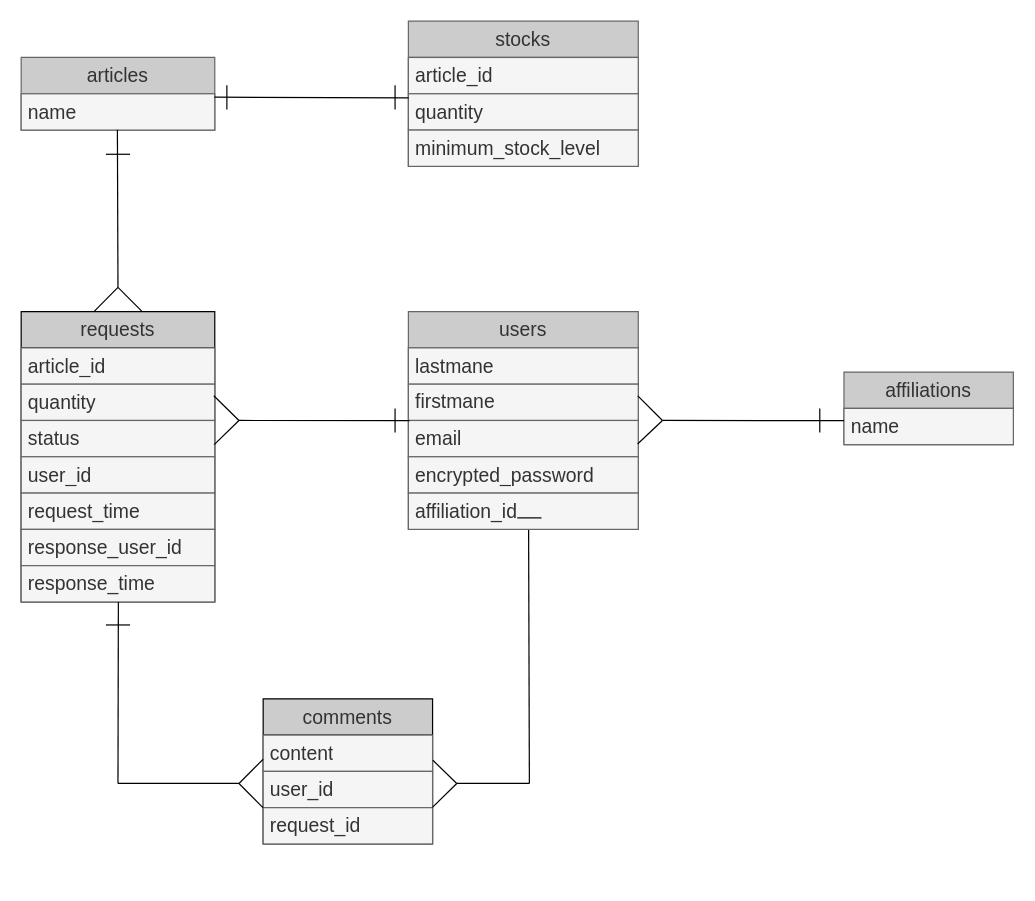
Earlier version of the draw.io diagram oriapp.dio (Yoshidamouth/ori_app). Source tidied: cells renumbered, new cells numbered last; positions are measured from the earlier drawing's top-left corner, leaving out a move shared by most shapes. Both pictures are drawn from the tidied source at 121%, with x=0, y=0 at pixel (21, 21).
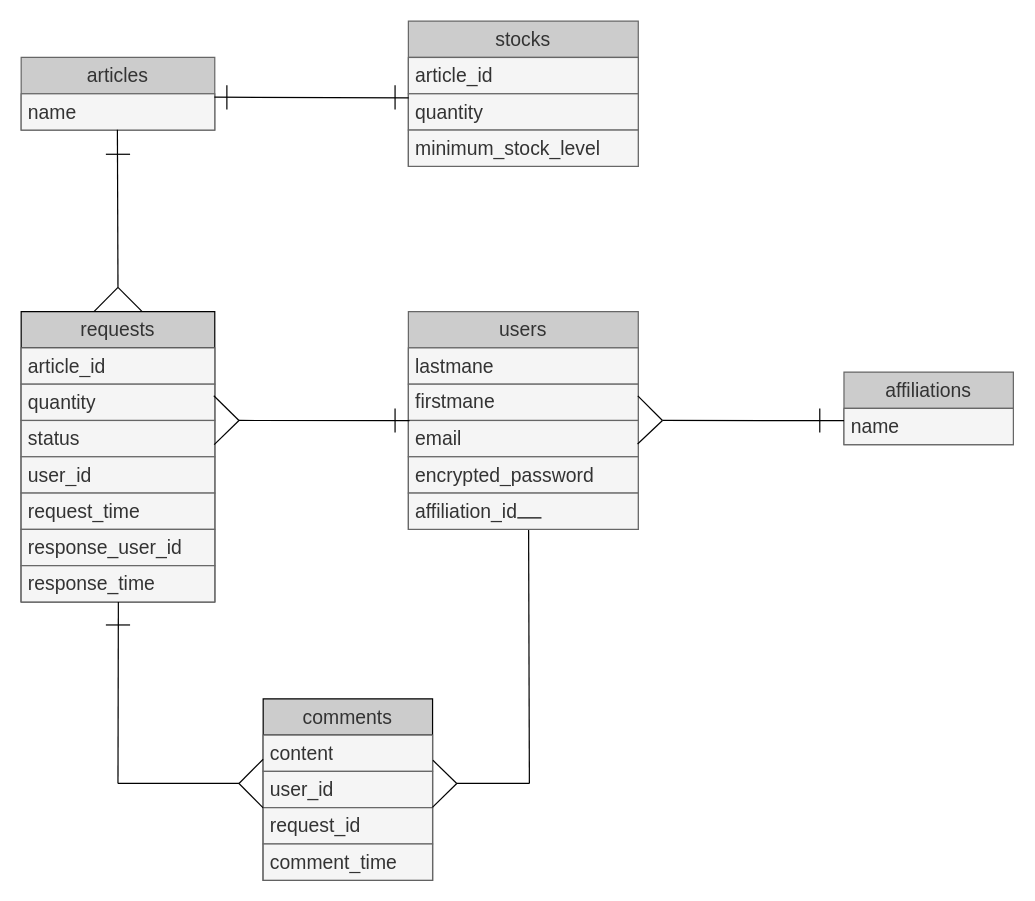
Above is the later version.

What changed in the source:
```diff
@@
     <mxCell id="16" value="&lt;span style=&quot;caret-color: rgb(0, 0, 0); font-family: -webkit-standard; font-size: medium; text-align: start;&quot;&gt;comments&lt;/span&gt;" style="swimlane;fontStyle=0;horizontal=1;startSize=30;whiteSpace=wrap;html=1;labelBackgroundColor=none;fillColor=#CCCCCC;fontColor=#333333;" parent="1" vertex="1">
-      <mxGeometry x="200" y="560" width="140" height="120" as="geometry" />
+      <mxGeometry x="200" y="560" width="140" height="150" as="geometry" />
     </mxCell>
@@
+    <mxCell id="53" value="&lt;span style=&quot;font-family: -webkit-standard; font-size: medium; caret-color: rgb(0, 0, 0);&quot;&gt;comment_time&lt;/span&gt;" style="text;strokeColor=#666666;fillColor=#f5f5f5;align=left;verticalAlign=middle;spacingLeft=4;spacingRight=4;overflow=hidden;whiteSpace=wrap;html=1;fontColor=#333333;" parent="16" vertex="1">
+      <mxGeometry y="120" width="140" height="30" as="geometry" />
+    </mxCell>
```
